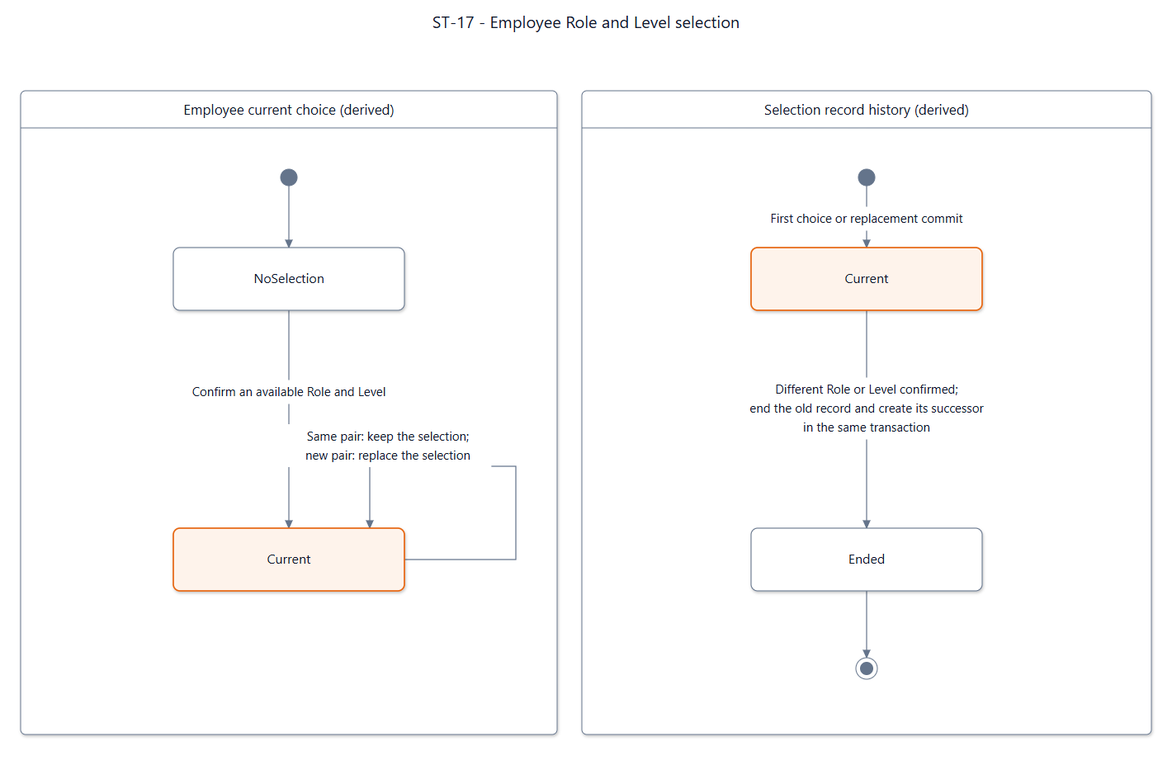
The Mermaid diagram documents/diagrams/mermaid/st-17.png in SEP490-Fall-2026-GFA26SE64/SEP490, before a commit. Its source is kept beside it as documents/diagrams/mermaid/st-17.mmd.
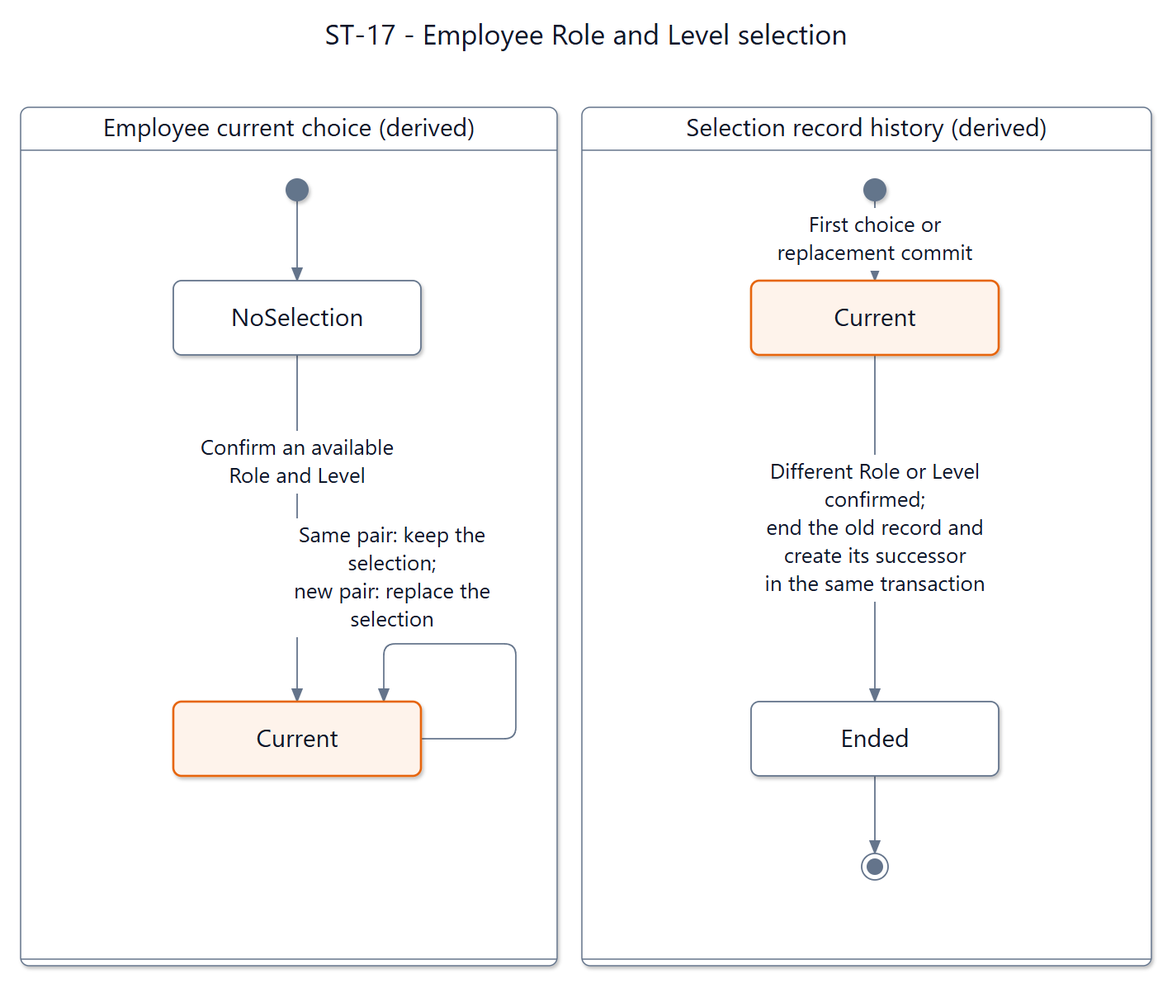
After the change.

Diff of the diagram source:
```diff
@@ -1,18 +1,24 @@
 ---
-title: "ST-17 - Employee role selection (derived from history)"
+title: "ST-17 - Employee Role and Level selection"
 config: {"theme":"base","fontFamily":"Segoe UI, Arial, sans-serif","themeVariables":{"fontFamily":"Segoe UI, Arial, sans-serif","fontSize":"16px","primaryColor":"#ffffff","primaryTextColor":"#0f1729","primaryBorderColor":"#64748b","secondaryColor":"#fef3eb","tertiaryColor":"#ffffff","lineColor":"#64748b","textColor":"#0f1729","mainBkg":"#ffffff","background":"#ffffff","clusterBkg":"#ffffff","clusterBorder":"#64748b","edgeLabelBackground":"#ffffff","titleColor":"#0f1729","noteBkgColor":"#fef3eb","noteTextColor":"#0f1729","noteBorderColor":"#e6650f","labelColor":"#0f1729","compositeBackground":"#ffffff","compositeTitleBackground":"#ffffff","compositeBorder":"#64748b","altBackground":"#ffffff","nodeBorder":"#64748b","nodeTextColor":"#0f1729","cScale0":"#ffffff","cScaleLabel0":"#0f1729","cScale1":"#ffffff","cScaleLabel1":"#0f1729","cScale2":"#ffffff","cScaleLabel2":"#0f1729","cScale3":"#ffffff","cScaleLabel3":"#0f1729","cScale4":"#ffffff","cScaleLabel4":"#0f1729","cScale5":"#ffffff","cScaleLabel5":"#0f1729","cScale6":"#ffffff","cScaleLabel6":"#0f1729","cScale7":"#ffffff","cScaleLabel7":"#0f1729","cScale8":"#ffffff","cScaleLabel8":"#0f1729","cScale9":"#ffffff","cScaleLabel9":"#0f1729","cScale10":"#ffffff","cScaleLabel10":"#0f1729","cScale11":"#ffffff","cScaleLabel11":"#0f1729","secondaryBorderColor":"#64748b","tertiaryBorderColor":"#64748b","secondaryTextColor":"#0f1729","tertiaryTextColor":"#0f1729"},"state":{"nodeSpacing":42,"rankSpacing":64,"padding":16,"fontSize":16,"wrappingWidth":250}}
 ---
 stateDiagram-v2
-  state "NoSelection" as SDD_ST_17_NoSelection
-  state "Current" as SDD_ST_17_Current
-  state "Ended" as SDD_ST_17_Ended
-  [*] --> SDD_ST_17_NoSelection
-  SDD_ST_17_NoSelection --> SDD_ST_17_Current : explicit available role choice
-  SDD_ST_17_Current --> SDD_ST_17_Current : same-role no-op / exact replay
-  SDD_ST_17_Current --> SDD_ST_17_Ended : successful different-role selection
-  SDD_ST_17_Ended --> [*]
-  state "New Current selection" as SDD_ST_17_NewCurrent
-  SDD_ST_17_Current --> SDD_ST_17_NewCurrent : commit successor and end predecessor<br/>atomically
-
+  state "Employee current choice (derived)" as Group0 {
+    state "NoSelection" as noSelection
+    state "Current" as currentChoice
+    [*] --> noSelection
+    noSelection --> currentChoice : Confirm an available Role and Level
+    currentChoice --> currentChoice : Same pair: keep the selection; new pair: replace the selection
+  }
+  state "Selection record history (derived)" as Group1 {
+    state "Current" as currentRecord
+    state "Ended" as endedRecord
+    [*] --> currentRecord : First choice or replacement commit
+    currentRecord --> endedRecord : Different Role or Level confirmed; end the old record and create its successor in the same transaction
+    endedRecord --> [*]
+  }
+  classDef accepted fill:#eaf6ef,stroke:#1a9e4a,color:#0f1729,stroke-width:1.5px
+  classDef attention fill:#fdf2f2,stroke:#dc2828,color:#0f1729,stroke-width:1.5px
   classDef working fill:#fef3eb,stroke:#e6650f,color:#0f1729,stroke-width:1.5px
-  class SDD_ST_17_Current working
+  class currentChoice working
+  class currentRecord working
```
